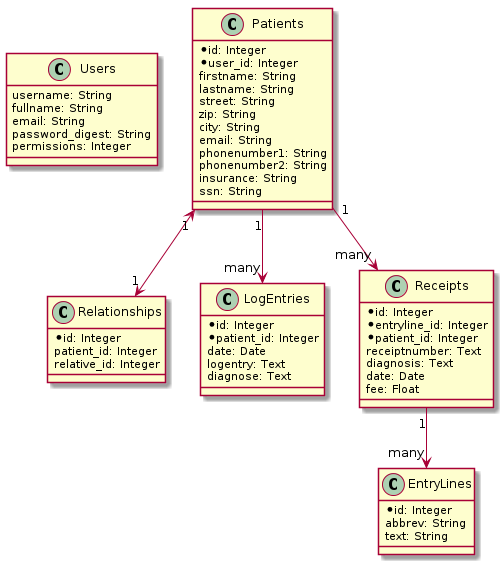
Before: doc/sippma_er.png, a diagram exported from PlantUML (tosmi/sippma).
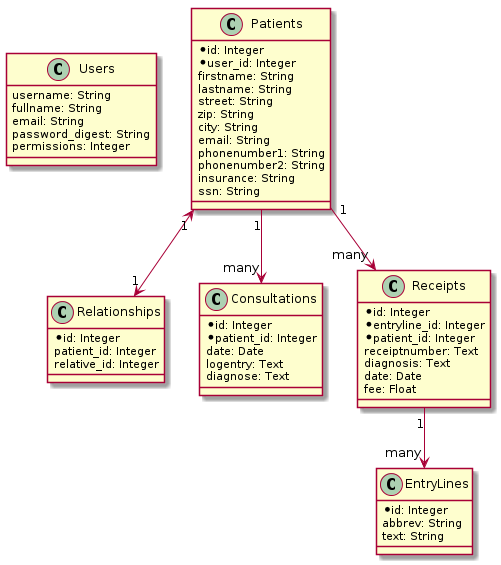
The same diagram one commit later.

The edit, as a diff of the source:
```diff
@@ -28,7 +28,7 @@
       relative_id: Integer
 }
 
-class LogEntries {
+class Consultations {
       *id: Integer
       *patient_id: Integer
       date: Date
@@ -53,7 +53,7 @@
 }
 
 Patients "1" <--> "1" Relationships
-Patients "1" --> "many" LogEntries
+Patients "1" --> "many" Consultations
 Patients "1" --> "many" Receipts
 Receipts "1" --> "many" EntryLines
 
```
